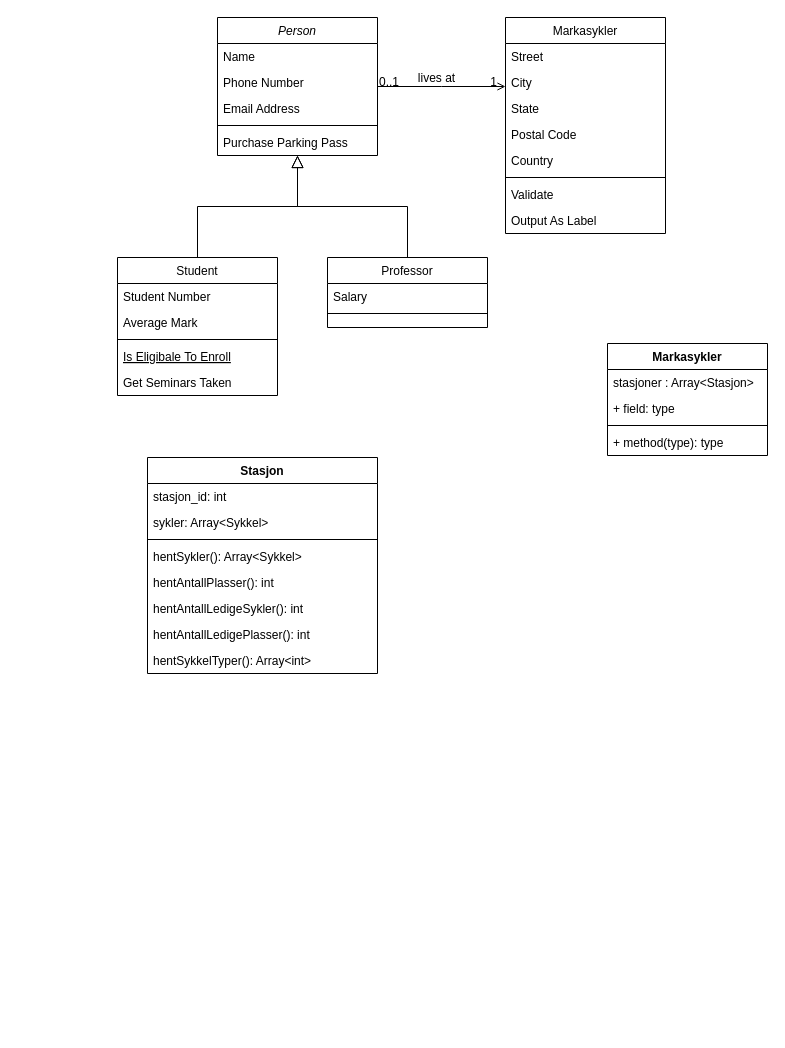
Beornus/Systemutvikling keeps this draw.io diagram as KlassediagramSystemutvikling.drawio. Above is the earlier version. Source tidied: cells renumbered, new cells numbered last; positions are measured from the earlier drawing's top-left corner, leaving out a move shared by most shapes. Both pictures are drawn from the tidied source at 100%, with x=0, y=0 at pixel (117, 17).
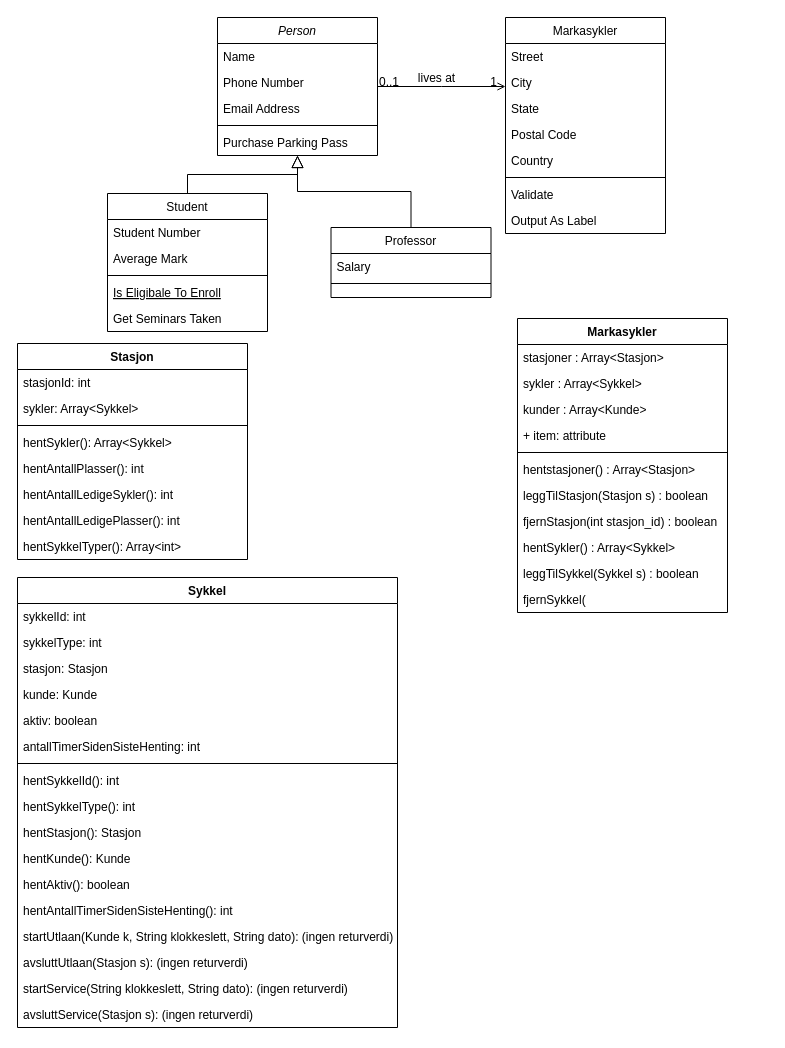
Above is the later version.

Change to the diagram source:
```diff
@@
-    <mxCell id="8" value="Student" style="swimlane;fontStyle=0;align=center;verticalAlign=top;horizontal=1;startSize=26;rounded=0;shadow=0;strokeWidth=1;" parent="1" vertex="1">
-      <mxGeometry y="240" width="160" height="138" as="geometry" />
-    </mxCell>
-    <mxCell id="9" value="Student Number" style="text;align=left;verticalAlign=top;spacingLeft=4;spacingRight=4;overflow=hidden;" parent="8" vertex="1">
-      <mxGeometry y="26" width="160" height="26" as="geometry" />
-    </mxCell>
-    <mxCell id="10" value="Average Mark" style="text;align=left;verticalAlign=top;spacingLeft=4;spacingRight=4;overflow=hidden;rounded=0;shadow=0;html=0;" parent="8" vertex="1">
-      <mxGeometry y="52" width="160" height="26" as="geometry" />
-    </mxCell>
-    <mxCell id="11" style="line;html=1;strokeWidth=1;align=left;verticalAlign=middle;spacingTop=-1;spacingLeft=3;spacingRight=3;labelPosition=right;" parent="8" vertex="1">
-      <mxGeometry y="78" width="160" height="8" as="geometry" />
-    </mxCell>
-    <mxCell id="12" value="Is Eligibale To Enroll" style="text;align=left;verticalAlign=top;spacingLeft=4;spacingRight=4;overflow=hidden;fontStyle=4;" parent="8" vertex="1">
-      <mxGeometry y="86" width="160" height="26" as="geometry" />
-    </mxCell>
-    <mxCell id="13" value="Get Seminars Taken" style="text;align=left;verticalAlign=top;spacingLeft=4;spacingRight=4;overflow=hidden;" parent="8" vertex="1">
-      <mxGeometry y="112" width="160" height="26" as="geometry" />
-    </mxCell>
@@
-    <mxCell id="15" value="Professor" style="swimlane;fontStyle=0;align=center;verticalAlign=top;horizontal=1;startSize=26;rounded=0;shadow=0;strokeWidth=1;" parent="1" vertex="1">
-      <mxGeometry x="210" y="240" width="160" height="70" as="geometry" />
-    </mxCell>
-    <mxCell id="16" value="Salary" style="text;align=left;verticalAlign=top;spacingLeft=4;spacingRight=4;overflow=hidden;" parent="15" vertex="1">
-      <mxGeometry y="26" width="160" height="26" as="geometry" />
-    </mxCell>
-    <mxCell id="17" style="line;html=1;strokeWidth=1;align=left;verticalAlign=middle;spacingTop=-1;spacingLeft=3;spacingRight=3;labelPosition=right;" parent="15" vertex="1">
-      <mxGeometry y="52" width="160" height="8" as="geometry" />
-    </mxCell>
@@
-    <mxCell id="32" value="Markasykler" style="swimlane;fontStyle=1;align=center;verticalAlign=top;horizontal=1;startSize=26;" parent="1" vertex="1">
-      <mxGeometry x="490" y="326" width="160" height="112" as="geometry" />
-    </mxCell>
-    <mxCell id="33" value="stasjoner : Array&lt;Stasjon&gt;" style="text;strokeColor=none;fillColor=none;align=left;verticalAlign=top;spacingLeft=4;spacingRight=4;overflow=hidden;" parent="32" vertex="1">
-      <mxGeometry y="26" width="160" height="26" as="geometry" />
-    </mxCell>
-    <mxCell id="34" value="+ field: type" style="text;strokeColor=none;fillColor=none;align=left;verticalAlign=top;spacingLeft=4;spacingRight=4;overflow=hidden;" parent="32" vertex="1">
-      <mxGeometry y="52" width="160" height="26" as="geometry" />
-    </mxCell>
-    <mxCell id="35" style="line;strokeWidth=1;fillColor=none;align=left;verticalAlign=middle;spacingTop=-1;spacingLeft=3;spacingRight=3;labelPosition=right;" parent="32" vertex="1">
-      <mxGeometry y="78" width="160" height="8" as="geometry" />
-    </mxCell>
-    <mxCell id="36" value="+ method(type): type" style="text;strokeColor=none;fillColor=none;align=left;verticalAlign=top;spacingLeft=4;spacingRight=4;overflow=hidden;" parent="32" vertex="1">
-      <mxGeometry y="86" width="160" height="26" as="geometry" />
-    </mxCell>
+    <mxCell id="8" value="Student" style="swimlane;fontStyle=0;align=center;verticalAlign=top;horizontal=1;startSize=26;rounded=0;shadow=0;strokeWidth=1;" parent="1" vertex="1">
+      <mxGeometry x="-10" y="176" width="160" height="138" as="geometry" />
+    </mxCell>
+    <mxCell id="9" value="Student Number" style="text;align=left;verticalAlign=top;spacingLeft=4;spacingRight=4;overflow=hidden;" parent="8" vertex="1">
+      <mxGeometry y="26" width="160" height="26" as="geometry" />
+    </mxCell>
+    <mxCell id="10" value="Average Mark" style="text;align=left;verticalAlign=top;spacingLeft=4;spacingRight=4;overflow=hidden;rounded=0;shadow=0;html=0;" parent="8" vertex="1">
+      <mxGeometry y="52" width="160" height="26" as="geometry" />
+    </mxCell>
+    <mxCell id="11" style="line;html=1;strokeWidth=1;align=left;verticalAlign=middle;spacingTop=-1;spacingLeft=3;spacingRight=3;labelPosition=right;" parent="8" vertex="1">
+      <mxGeometry y="78" width="160" height="8" as="geometry" />
+    </mxCell>
+    <mxCell id="12" value="Is Eligibale To Enroll" style="text;align=left;verticalAlign=top;spacingLeft=4;spacingRight=4;overflow=hidden;fontStyle=4;" parent="8" vertex="1">
+      <mxGeometry y="86" width="160" height="26" as="geometry" />
+    </mxCell>
+    <mxCell id="13" value="Get Seminars Taken" style="text;align=left;verticalAlign=top;spacingLeft=4;spacingRight=4;overflow=hidden;" parent="8" vertex="1">
+      <mxGeometry y="112" width="160" height="26" as="geometry" />
+    </mxCell>
+    <mxCell id="15" value="Professor" style="swimlane;fontStyle=0;align=center;verticalAlign=top;horizontal=1;startSize=26;rounded=0;shadow=0;strokeWidth=1;" parent="1" vertex="1">
+      <mxGeometry x="213.5" y="210" width="160" height="70" as="geometry" />
+    </mxCell>
+    <mxCell id="16" value="Salary" style="text;align=left;verticalAlign=top;spacingLeft=4;spacingRight=4;overflow=hidden;" parent="15" vertex="1">
+      <mxGeometry y="26" width="160" height="26" as="geometry" />
+    </mxCell>
+    <mxCell id="17" style="line;html=1;strokeWidth=1;align=left;verticalAlign=middle;spacingTop=-1;spacingLeft=3;spacingRight=3;labelPosition=right;" parent="15" vertex="1">
+      <mxGeometry y="52" width="160" height="8" as="geometry" />
+    </mxCell>
     <mxCell id="37" value="Stasjon" style="swimlane;fontStyle=1;align=center;verticalAlign=top;horizontal=1;startSize=26;" parent="1" vertex="1">
-      <mxGeometry x="30" y="440" width="230" height="216" as="geometry" />
+      <mxGeometry x="-100" y="326" width="230" height="216" as="geometry" />
     </mxCell>
-    <mxCell id="38" value="stasjon_id: int" style="text;strokeColor=none;fillColor=none;align=left;verticalAlign=top;spacingLeft=4;spacingRight=4;overflow=hidden;fontStyle=0;" parent="37" vertex="1">
+    <mxCell id="38" value="stasjonId: int" style="text;strokeColor=none;fillColor=none;align=left;verticalAlign=top;spacingLeft=4;spacingRight=4;overflow=hidden;fontStyle=0;" parent="37" vertex="1">
       <mxGeometry y="26" width="230" height="26" as="geometry" />
     </mxCell>
@@
+    <mxCell id="32" value="Markasykler" style="swimlane;fontStyle=1;align=center;verticalAlign=top;horizontal=1;startSize=26;" parent="1" vertex="1">
+      <mxGeometry x="400" y="301" width="210" height="294" as="geometry" />
+    </mxCell>
+    <mxCell id="33" value="stasjoner : Array&lt;Stasjon&gt;" style="text;strokeColor=none;fillColor=none;align=left;verticalAlign=top;spacingLeft=4;spacingRight=4;overflow=hidden;" parent="32" vertex="1">
+      <mxGeometry y="26" width="210" height="26" as="geometry" />
+    </mxCell>
+    <mxCell id="34" value="sykler : Array&lt;Sykkel&gt;" style="text;strokeColor=none;fillColor=none;align=left;verticalAlign=top;spacingLeft=4;spacingRight=4;overflow=hidden;" parent="32" vertex="1">
+      <mxGeometry y="52" width="210" height="26" as="geometry" />
+    </mxCell>
+    <mxCell id="46" value="kunder : Array&lt;Kunde&gt;" style="text;strokeColor=none;fillColor=none;align=left;verticalAlign=top;spacingLeft=4;spacingRight=4;overflow=hidden;" parent="32" vertex="1">
+      <mxGeometry y="78" width="210" height="26" as="geometry" />
+    </mxCell>
+    <mxCell id="47" value="+ item: attribute" style="text;strokeColor=none;fillColor=none;align=left;verticalAlign=top;spacingLeft=4;spacingRight=4;overflow=hidden;" parent="32" vertex="1">
+      <mxGeometry y="104" width="210" height="26" as="geometry" />
+    </mxCell>
+    <mxCell id="35" style="line;strokeWidth=1;fillColor=none;align=left;verticalAlign=middle;spacingTop=-1;spacingLeft=3;spacingRight=3;labelPosition=right;" parent="32" vertex="1">
+      <mxGeometry y="130" width="210" height="8" as="geometry" />
+    </mxCell>
+    <mxCell id="36" value="hentstasjoner() : Array&lt;Stasjon&gt;" style="text;strokeColor=none;fillColor=none;align=left;verticalAlign=top;spacingLeft=4;spacingRight=4;overflow=hidden;" parent="32" vertex="1">
+      <mxGeometry y="138" width="210" height="26" as="geometry" />
+    </mxCell>
+    <mxCell id="48" value="leggTilStasjon(Stasjon s) : boolean" style="text;strokeColor=none;fillColor=none;align=left;verticalAlign=top;spacingLeft=4;spacingRight=4;overflow=hidden;" parent="32" vertex="1">
+      <mxGeometry y="164" width="210" height="26" as="geometry" />
+    </mxCell>
+    <mxCell id="49" value="fjernStasjon(int stasjon_id) : boolean" style="text;strokeColor=none;fillColor=none;align=left;verticalAlign=top;spacingLeft=4;spacingRight=4;overflow=hidden;" parent="32" vertex="1">
+      <mxGeometry y="190" width="210" height="26" as="geometry" />
+    </mxCell>
+    <mxCell id="50" value="hentSykler() : Array&lt;Sykkel&gt;" style="text;strokeColor=none;fillColor=none;align=left;verticalAlign=top;spacingLeft=4;spacingRight=4;overflow=hidden;" parent="32" vertex="1">
+      <mxGeometry y="216" width="210" height="26" as="geometry" />
+    </mxCell>
+    <mxCell id="51" value="leggTilSykkel(Sykkel s) : boolean" style="text;strokeColor=none;fillColor=none;align=left;verticalAlign=top;spacingLeft=4;spacingRight=4;overflow=hidden;" parent="32" vertex="1">
+      <mxGeometry y="242" width="210" height="26" as="geometry" />
+    </mxCell>
+    <mxCell id="52" value="fjernSykkel(" style="text;strokeColor=none;fillColor=none;align=left;verticalAlign=top;spacingLeft=4;spacingRight=4;overflow=hidden;" parent="32" vertex="1">
+      <mxGeometry y="268" width="210" height="26" as="geometry" />
+    </mxCell>
+    <mxCell id="53" value="Sykkel" style="swimlane;fontStyle=1;align=center;verticalAlign=top;horizontal=1;startSize=26;" parent="1" vertex="1">
+      <mxGeometry x="-100" y="560" width="380" height="450" as="geometry" />
+    </mxCell>
+    <mxCell id="54" value="sykkelId: int" style="text;strokeColor=none;fillColor=none;align=left;verticalAlign=top;spacingLeft=4;spacingRight=4;overflow=hidden;fontStyle=0;" parent="53" vertex="1">
+      <mxGeometry y="26" width="380" height="26" as="geometry" />
+    </mxCell>
+    <mxCell id="55" value="sykkelType: int" style="text;strokeColor=none;fillColor=none;align=left;verticalAlign=top;spacingLeft=4;spacingRight=4;overflow=hidden;" parent="53" vertex="1">
+      <mxGeometry y="52" width="380" height="26" as="geometry" />
+    </mxCell>
+    <mxCell id="56" value="stasjon: Stasjon" style="text;strokeColor=none;fillColor=none;align=left;verticalAlign=top;spacingLeft=4;spacingRight=4;overflow=hidden;" parent="53" vertex="1">
+      <mxGeometry y="78" width="380" height="26" as="geometry" />
+    </mxCell>
+    <mxCell id="57" value="kunde: Kunde" style="text;strokeColor=none;fillColor=none;align=left;verticalAlign=top;spacingLeft=4;spacingRight=4;overflow=hidden;" parent="53" vertex="1">
+      <mxGeometry y="104" width="380" height="26" as="geometry" />
+    </mxCell>
+    <mxCell id="58" value="aktiv: boolean" style="text;strokeColor=none;fillColor=none;align=left;verticalAlign=top;spacingLeft=4;spacingRight=4;overflow=hidden;" parent="53" vertex="1">
+      <mxGeometry y="130" width="380" height="26" as="geometry" />
+    </mxCell>
+    <mxCell id="59" value="antallTimerSidenSisteHenting: int" style="text;strokeColor=none;fillColor=none;align=left;verticalAlign=top;spacingLeft=4;spacingRight=4;overflow=hidden;" parent="53" vertex="1">
+      <mxGeometry y="156" width="380" height="26" as="geometry" />
+    </mxCell>
+    <mxCell id="60" style="line;strokeWidth=1;fillColor=none;align=left;verticalAlign=middle;spacingTop=-1;spacingLeft=3;spacingRight=3;labelPosition=right;" parent="53" vertex="1">
+      <mxGeometry y="182" width="380" height="8" as="geometry" />
+    </mxCell>
+    <mxCell id="61" value="hentSykkelId(): int" style="text;strokeColor=none;fillColor=none;align=left;verticalAlign=top;spacingLeft=4;spacingRight=4;overflow=hidden;" parent="53" vertex="1">
+      <mxGeometry y="190" width="380" height="26" as="geometry" />
+    </mxCell>
+    <mxCell id="62" value="hentSykkelType(): int" style="text;strokeColor=none;fillColor=none;align=left;verticalAlign=top;spacingLeft=4;spacingRight=4;overflow=hidden;" parent="53" vertex="1">
+      <mxGeometry y="216" width="380" height="26" as="geometry" />
+    </mxCell>
+    <mxCell id="63" value="hentStasjon(): Stasjon" style="text;strokeColor=none;fillColor=none;align=left;verticalAlign=top;spacingLeft=4;spacingRight=4;overflow=hidden;" parent="53" vertex="1">
+      <mxGeometry y="242" width="380" height="26" as="geometry" />
+    </mxCell>
+    <mxCell id="64" value="hentKunde(): Kunde" style="text;strokeColor=none;fillColor=none;align=left;verticalAlign=top;spacingLeft=4;spacingRight=4;overflow=hidden;" parent="53" vertex="1">
+      <mxGeometry y="268" width="380" height="26" as="geometry" />
+    </mxCell>
+    <mxCell id="65" value="hentAktiv(): boolean" style="text;strokeColor=none;fillColor=none;align=left;verticalAlign=top;spacingLeft=4;spacingRight=4;overflow=hidden;" parent="53" vertex="1">
+      <mxGeometry y="294" width="380" height="26" as="geometry" />
+    </mxCell>
+    <mxCell id="66" value="hentAntallTimerSidenSisteHenting(): int" style="text;strokeColor=none;fillColor=none;align=left;verticalAlign=top;spacingLeft=4;spacingRight=4;overflow=hidden;" parent="53" vertex="1">
+      <mxGeometry y="320" width="380" height="26" as="geometry" />
+    </mxCell>
+    <mxCell id="67" value="startUtlaan(Kunde k, String klokkeslett, String dato): (ingen returverdi)" style="text;strokeColor=none;fillColor=none;align=left;verticalAlign=top;spacingLeft=4;spacingRight=4;overflow=hidden;" parent="53" vertex="1">
+      <mxGeometry y="346" width="380" height="26" as="geometry" />
+    </mxCell>
+    <mxCell id="68" value="avsluttUtlaan(Stasjon s): (ingen returverdi)" style="text;strokeColor=none;fillColor=none;align=left;verticalAlign=top;spacingLeft=4;spacingRight=4;overflow=hidden;" parent="53" vertex="1">
+      <mxGeometry y="372" width="380" height="26" as="geometry" />
+    </mxCell>
+    <mxCell id="69" value="startService(String klokkeslett, String dato): (ingen returverdi)" style="text;strokeColor=none;fillColor=none;align=left;verticalAlign=top;spacingLeft=4;spacingRight=4;overflow=hidden;" parent="53" vertex="1">
+      <mxGeometry y="398" width="380" height="26" as="geometry" />
+    </mxCell>
+    <mxCell id="70" value="avsluttService(Stasjon s): (ingen returverdi)" style="text;strokeColor=none;fillColor=none;align=left;verticalAlign=top;spacingLeft=4;spacingRight=4;overflow=hidden;" parent="53" vertex="1">
+      <mxGeometry y="424" width="380" height="26" as="geometry" />
+    </mxCell>
```
